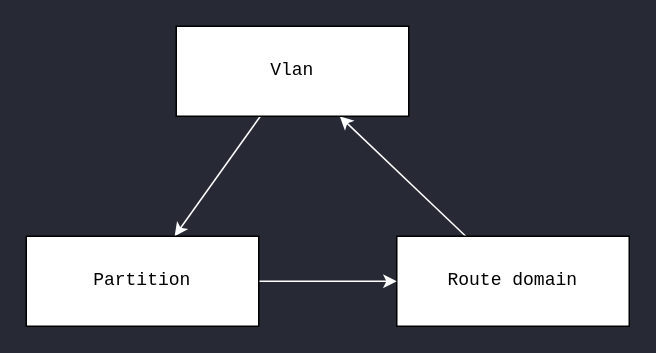
Above: page "light-bigip" (3 of 3) of post/tf-chicken-egg/f5-tf.drawio in netmemo/netmemo.github.io (draw.io), before the change. Source tidied: cells renumbered, new cells numbered last; positions are measured from the earlier drawing's top-left corner, leaving out a move shared by most shapes. Both pictures are drawn from the tidied source at 150%, with x=0, y=0 at pixel (26, 26).
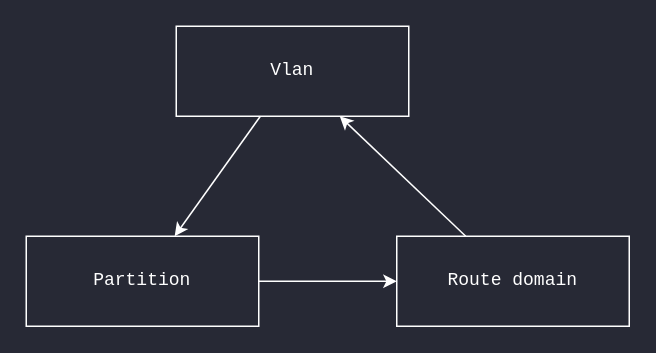
Above is the later version.

Diff of the diagram source:
```diff
@@
 <mxGraphModel background="#272935">
   <root>
     <mxCell id="0" />
     <mxCell id="1" parent="0" />
     <mxCell id="2" style="edgeStyle=none;rounded=0;jettySize=auto;html=1;strokeColor=#FFFFFF;" parent="1" edge="1" source="3" target="7">
       <mxGeometry relative="1" as="geometry" />
     </mxCell>
-    <mxCell id="3" value="&lt;pre class=&quot;line-numbers language-hcl&quot;&gt;Route domain&lt;/pre&gt;" style="rounded=0;whiteSpace=wrap;html=1;" parent="1" vertex="1">
+    <mxCell id="3" value="&lt;pre class=&quot;line-numbers language-hcl&quot;&gt;Route domain&lt;/pre&gt;" style="rounded=0;whiteSpace=wrap;html=1;fillColor=#272935;strokeColor=#FFFFFF;fontColor=#FFFFFF;" parent="1" vertex="1">
       <mxGeometry x="247" y="140" width="155" height="60" as="geometry" />
     </mxCell>
     <mxCell id="4" style="edgeStyle=none;rounded=0;jettySize=auto;html=1;strokeColor=#FFFFFF;" parent="1" edge="1" source="7" target="6">
       <mxGeometry relative="1" as="geometry" />
     </mxCell>
     <mxCell id="5" style="edgeStyle=none;rounded=0;jettySize=auto;html=1;strokeColor=#FFFFFF;" parent="1" edge="1" source="6" target="3">
       <mxGeometry relative="1" as="geometry" />
     </mxCell>
-    <mxCell id="6" value="&lt;pre class=&quot;line-numbers language-hcl&quot;&gt;Partition&lt;/pre&gt;" style="rounded=0;whiteSpace=wrap;html=1;" parent="1" vertex="1">
+    <mxCell id="6" value="&lt;pre class=&quot;line-numbers language-hcl&quot;&gt;Partition&lt;/pre&gt;" style="rounded=0;whiteSpace=wrap;html=1;fillColor=#272935;strokeColor=#FFFFFF;fontColor=#FFFFFF;" parent="1" vertex="1">
       <mxGeometry y="140" width="155" height="60" as="geometry" />
     </mxCell>
-    <mxCell id="7" value="&lt;pre class=&quot;line-numbers language-hcl&quot;&gt;Vlan&lt;/pre&gt;" style="rounded=0;whiteSpace=wrap;html=1;" parent="1" vertex="1">
+    <mxCell id="7" value="&lt;pre class=&quot;line-numbers language-hcl&quot;&gt;Vlan&lt;/pre&gt;" style="rounded=0;whiteSpace=wrap;html=1;fillColor=#272935;strokeColor=#FFFFFF;fontColor=#FFFFFF;" parent="1" vertex="1">
       <mxGeometry x="100" width="155" height="60" as="geometry" />
     </mxCell>
   </root>
 </mxGraphModel>
```
